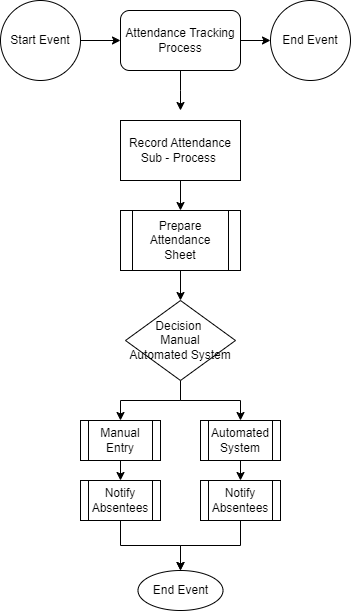
This is BPMN/Untitled Diagram.drawio.png from ilten22/SAD, a draw.io export, as it was before one commit. Source tidied: cells renumbered, new cells last; positions are measured from the earlier drawing's top-left corner, leaving out a move shared by most shapes.
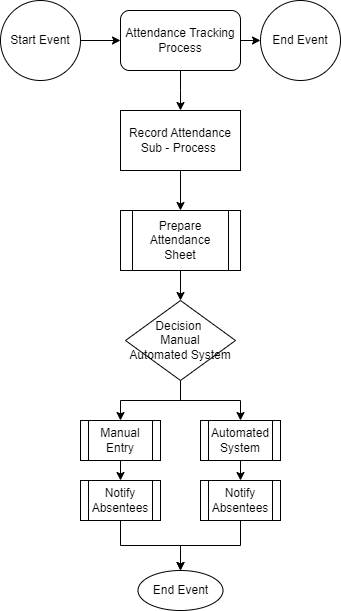
Later version of the same file.

Diff of the diagram source:
```diff
@@ -12,14 +12,13 @@
       <mxGeometry relative="1" as="geometry" />
     </mxCell>
     <mxCell id="5" value="End Event" style="ellipse;whiteSpace=wrap;html=1;" parent="1" vertex="1">
-      <mxGeometry x="270" width="80" height="80" as="geometry" />
+      <mxGeometry x="260" width="80" height="80" as="geometry" />
     </mxCell>
     <mxCell id="6" style="endArrow=classic;html=1;rounded=0;entryX=0;entryY=0.5;entryDx=0;entryDy=0;exitX=1;exitY=0.5;exitDx=0;exitDy=0;" parent="1" edge="1" source="3" target="5">
       <mxGeometry relative="1" as="geometry" />
     </mxCell>
-    <mxCell id="7" style="endArrow=classic;html=1;rounded=0;exitX=0.5;exitY=1;exitDx=0;exitDy=0;" parent="1" edge="1" source="3">
+    <mxCell id="7" style="endArrow=classic;html=1;rounded=0;exitX=0.5;exitY=1;exitDx=0;exitDy=0;entryX=0.5;entryY=0;entryDx=0;entryDy=0;" parent="1" edge="1" source="3" target="9">
       <mxGeometry relative="1" as="geometry">
-        <mxPoint x="180" y="110" as="targetPoint" />
         <Array as="points">
           <mxPoint x="180" y="90" />
         </Array>
@@ -29,7 +28,7 @@
       <mxGeometry relative="1" as="geometry" />
     </mxCell>
     <mxCell id="9" value="Record Attendance Sub - Process&amp;nbsp;" style="rounded=0;whiteSpace=wrap;html=1;" parent="1" vertex="1">
-      <mxGeometry x="120" y="120" width="120" height="60" as="geometry" />
+      <mxGeometry x="120" y="110" width="120" height="60" as="geometry" />
     </mxCell>
     <mxCell id="10" style="edgeStyle=orthogonalEdgeStyle;rounded=0;jettySize=auto;html=1;exitX=0.5;exitY=1;exitDx=0;exitDy=0;entryX=0.5;entryY=0;entryDx=0;entryDy=0;" parent="1" edge="1" source="11" target="14">
       <mxGeometry relative="1" as="geometry" />
```
